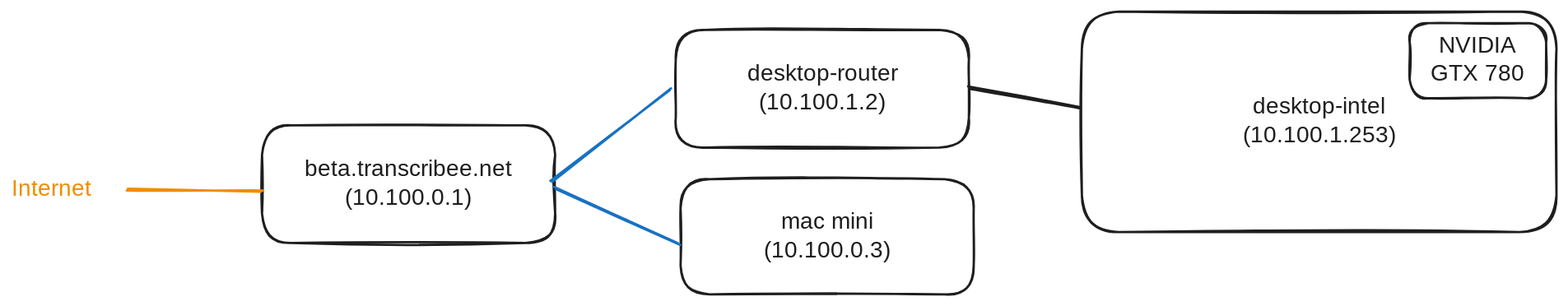
Before: diagram.excalidraw.svg, a diagram exported from Excalidraw (bugbakery/testfarm). Source tidied: one line per element, renumbered; positions are measured from the earlier drawing's top-left corner, leaving out a move shared by most shapes. The source it was exported from:
```json
{"id": 0, "type": "rectangle", "strokeColor": "#1e1e1e", "strokeWidth": 2, "roughness": 1, "round": true, "x": 217, "y": 99, "width": 254, "height": 102}
{"id": 1, "type": "text", "text": "beta.transcribee.net\n(10.100.0.1)", "strokeColor": "#1e1e1e", "strokeWidth": 2, "roughness": 1, "fontSize": 20, "fontFamily": 5, "textAlign": "center", "verticalAlign": "middle", "inside": 0, "x": 247, "y": 125, "width": 195, "height": 50}
{"id": 2, "type": "rectangle", "strokeColor": "#1e1e1e", "strokeWidth": 2, "roughness": 1, "round": true, "x": 577, "y": 16, "width": 254, "height": 102}
{"id": 3, "type": "text", "text": "desktop-router\n(10.100.1.2)", "strokeColor": "#1e1e1e", "strokeWidth": 2, "roughness": 1, "fontSize": 20, "fontFamily": 5, "textAlign": "center", "verticalAlign": "middle", "inside": 2, "x": 630, "y": 42, "width": 148, "height": 50}
{"id": 4, "type": "line", "strokeColor": "#1971c2", "strokeWidth": 2, "roughness": 1, "round": true, "x": 469, "y": 147, "width": 103, "height": 81, "points": [[0, 0], [103, -81]]}
{"id": 5, "type": "rectangle", "strokeColor": "#1e1e1e", "strokeWidth": 2, "roughness": 1, "round": true, "x": 929, "y": 0, "width": 412, "height": 191}
{"id": 6, "type": "text", "text": "desktop-intel\n(10.100.1.253)", "strokeColor": "#1e1e1e", "strokeWidth": 2, "roughness": 1, "fontSize": 20, "fontFamily": 5, "textAlign": "center", "verticalAlign": "middle", "inside": 5, "x": 1067, "y": 71, "width": 136, "height": 50}
{"id": 7, "type": "line", "strokeColor": "#1e1e1e", "strokeWidth": 2, "roughness": 1, "round": true, "x": 831, "y": 66, "width": 98, "height": 19, "points": [[0, 0], [98, 19]]}
{"id": 8, "type": "rectangle", "strokeColor": "#1e1e1e", "strokeWidth": 2, "roughness": 1, "round": true, "x": 1213, "y": 10, "width": 118, "height": 65}
{"id": 9, "type": "text", "text": "NVIDIA\nGTX 780", "strokeColor": "#1e1e1e", "strokeWidth": 2, "roughness": 1, "fontSize": 20, "fontFamily": 5, "textAlign": "center", "verticalAlign": "middle", "inside": 8, "x": 1227, "y": 18, "width": 90, "height": 50}
{"id": 10, "type": "line", "strokeColor": "#f08c00", "strokeWidth": 2, "roughness": 1, "round": true, "x": 217, "y": 156, "width": 116, "height": 3, "points": [[0, 0], [-116, -3]]}
{"id": 11, "type": "text", "text": "Internet", "strokeColor": "#f08c00", "strokeWidth": 2, "roughness": 1, "fontSize": 20, "fontFamily": 5, "x": 0, "y": 142, "width": 84, "height": 25}
{"id": 12, "type": "rectangle", "strokeColor": "#1e1e1e", "strokeWidth": 2, "roughness": 1, "round": true, "x": 581, "y": 146, "width": 254, "height": 100}
{"id": 13, "type": "text", "text": "mac mini\n(10.100.0.3)", "strokeColor": "#1e1e1e", "strokeWidth": 2, "roughness": 1, "fontSize": 20, "fontFamily": 5, "textAlign": "center", "verticalAlign": "middle", "inside": 12, "x": 651, "y": 171, "width": 113, "height": 50}
{"id": 14, "type": "line", "strokeColor": "#1971c2", "strokeWidth": 2, "roughness": 1, "round": true, "x": 471, "y": 153, "width": 108, "height": 48, "points": [[0, 0], [108, 48]]}
```
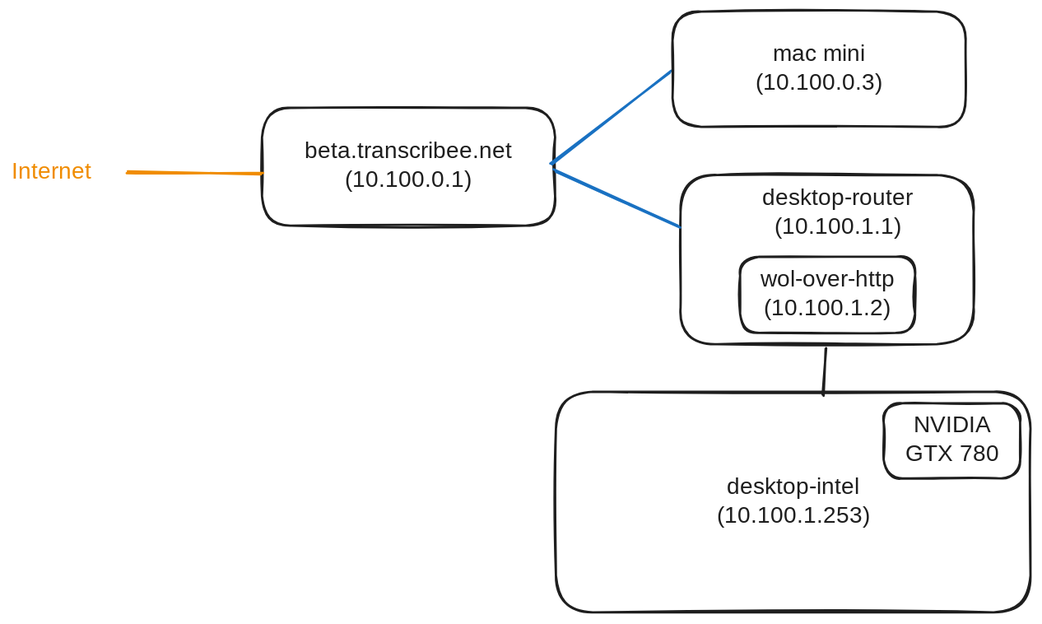
After the commit.

Commit message:
correct router ip

What changed in the source:
```diff
@@ -1,15 +1,17 @@
 {"id": 0, "type": "rectangle", "strokeColor": "#1e1e1e", "strokeWidth": 2, "roughness": 1, "round": true, "x": 217, "y": 99, "width": 254, "height": 102}
 {"id": 1, "type": "text", "text": "beta.transcribee.net\n(10.100.0.1)", "strokeColor": "#1e1e1e", "strokeWidth": 2, "roughness": 1, "fontSize": 20, "fontFamily": 5, "textAlign": "center", "verticalAlign": "middle", "inside": 0, "x": 247, "y": 125, "width": 195, "height": 50}
-{"id": 2, "type": "rectangle", "strokeColor": "#1e1e1e", "strokeWidth": 2, "roughness": 1, "round": true, "x": 577, "y": 16, "width": 254, "height": 102}
+{"id": 2, "type": "rectangle", "strokeColor": "#1e1e1e", "strokeWidth": 2, "roughness": 1, "round": true, "x": 581, "y": 157, "width": 254, "height": 147}
-{"id": 3, "type": "text", "text": "desktop-router\n(10.100.1.2)", "strokeColor": "#1e1e1e", "strokeWidth": 2, "roughness": 1, "fontSize": 20, "fontFamily": 5, "textAlign": "center", "verticalAlign": "middle", "inside": 2, "x": 630, "y": 42, "width": 148, "height": 50}
 {"id": 4, "type": "line", "strokeColor": "#1971c2", "strokeWidth": 2, "roughness": 1, "round": true, "x": 469, "y": 147, "width": 103, "height": 81, "points": [[0, 0], [103, -81]]}
-{"id": 5, "type": "rectangle", "strokeColor": "#1e1e1e", "strokeWidth": 2, "roughness": 1, "round": true, "x": 929, "y": 0, "width": 412, "height": 191}
+{"id": 5, "type": "rectangle", "strokeColor": "#1e1e1e", "strokeWidth": 2, "roughness": 1, "round": true, "x": 473, "y": 345, "width": 412, "height": 191}
-{"id": 6, "type": "text", "text": "desktop-intel\n(10.100.1.253)", "strokeColor": "#1e1e1e", "strokeWidth": 2, "roughness": 1, "fontSize": 20, "fontFamily": 5, "textAlign": "center", "verticalAlign": "middle", "inside": 5, "x": 1067, "y": 71, "width": 136, "height": 50}
+{"id": 6, "type": "text", "text": "desktop-intel\n(10.100.1.253)", "strokeColor": "#1e1e1e", "strokeWidth": 2, "roughness": 1, "fontSize": 20, "fontFamily": 5, "textAlign": "center", "verticalAlign": "middle", "inside": 5, "x": 611, "y": 416, "width": 136, "height": 50}
-{"id": 7, "type": "line", "strokeColor": "#1e1e1e", "strokeWidth": 2, "roughness": 1, "round": true, "x": 831, "y": 66, "width": 98, "height": 19, "points": [[0, 0], [98, 19]]}
+{"id": 7, "type": "line", "strokeColor": "#1e1e1e", "strokeWidth": 2, "roughness": 1, "round": true, "x": 704, "y": 348, "width": 3, "height": 40, "points": [[0, 0], [3, -40]]}
-{"id": 8, "type": "rectangle", "strokeColor": "#1e1e1e", "strokeWidth": 2, "roughness": 1, "round": true, "x": 1213, "y": 10, "width": 118, "height": 65}
+{"id": 8, "type": "rectangle", "strokeColor": "#1e1e1e", "strokeWidth": 2, "roughness": 1, "round": true, "x": 757, "y": 355, "width": 118, "height": 65}
-{"id": 9, "type": "text", "text": "NVIDIA\nGTX 780", "strokeColor": "#1e1e1e", "strokeWidth": 2, "roughness": 1, "fontSize": 20, "fontFamily": 5, "textAlign": "center", "verticalAlign": "middle", "inside": 8, "x": 1227, "y": 18, "width": 90, "height": 50}
+{"id": 9, "type": "text", "text": "NVIDIA\nGTX 780", "strokeColor": "#1e1e1e", "strokeWidth": 2, "roughness": 1, "fontSize": 20, "fontFamily": 5, "textAlign": "center", "verticalAlign": "middle", "inside": 8, "x": 771, "y": 363, "width": 90, "height": 50}
 {"id": 10, "type": "line", "strokeColor": "#f08c00", "strokeWidth": 2, "roughness": 1, "round": true, "x": 217, "y": 156, "width": 116, "height": 3, "points": [[0, 0], [-116, -3]]}
 {"id": 11, "type": "text", "text": "Internet", "strokeColor": "#f08c00", "strokeWidth": 2, "roughness": 1, "fontSize": 20, "fontFamily": 5, "x": 0, "y": 142, "width": 84, "height": 25}
-{"id": 12, "type": "rectangle", "strokeColor": "#1e1e1e", "strokeWidth": 2, "roughness": 1, "round": true, "x": 581, "y": 146, "width": 254, "height": 100}
+{"id": 12, "type": "rectangle", "strokeColor": "#1e1e1e", "strokeWidth": 2, "roughness": 1, "round": true, "x": 574, "y": 15, "width": 254, "height": 100}
-{"id": 13, "type": "text", "text": "mac mini\n(10.100.0.3)", "strokeColor": "#1e1e1e", "strokeWidth": 2, "roughness": 1, "fontSize": 20, "fontFamily": 5, "textAlign": "center", "verticalAlign": "middle", "inside": 12, "x": 651, "y": 171, "width": 113, "height": 50}
+{"id": 13, "type": "text", "text": "mac mini\n(10.100.0.3)", "strokeColor": "#1e1e1e", "strokeWidth": 2, "roughness": 1, "fontSize": 20, "fontFamily": 5, "textAlign": "center", "verticalAlign": "middle", "inside": 12, "x": 644, "y": 40, "width": 113, "height": 50}
 {"id": 14, "type": "line", "strokeColor": "#1971c2", "strokeWidth": 2, "roughness": 1, "round": true, "x": 471, "y": 153, "width": 108, "height": 48, "points": [[0, 0], [108, 48]]}
+{"id": 15, "type": "rectangle", "strokeColor": "#1e1e1e", "strokeWidth": 2, "roughness": 1, "round": true, "x": 632, "y": 228, "width": 152, "height": 66}
+{"id": 16, "type": "text", "text": "wol-over-http\n(10.100.1.2)", "strokeColor": "#1e1e1e", "strokeWidth": 2, "roughness": 1, "fontSize": 20, "fontFamily": 5, "textAlign": "center", "verticalAlign": "middle", "inside": 15, "x": 642, "y": 236, "width": 132, "height": 50}
+{"id": 17, "type": "text", "text": "desktop-router\n(10.100.1.1)", "strokeColor": "#1e1e1e", "strokeWidth": 2, "roughness": 1, "fontSize": 20, "fontFamily": 5, "textAlign": "center", "x": 643, "y": 166, "width": 148, "height": 50}
```
